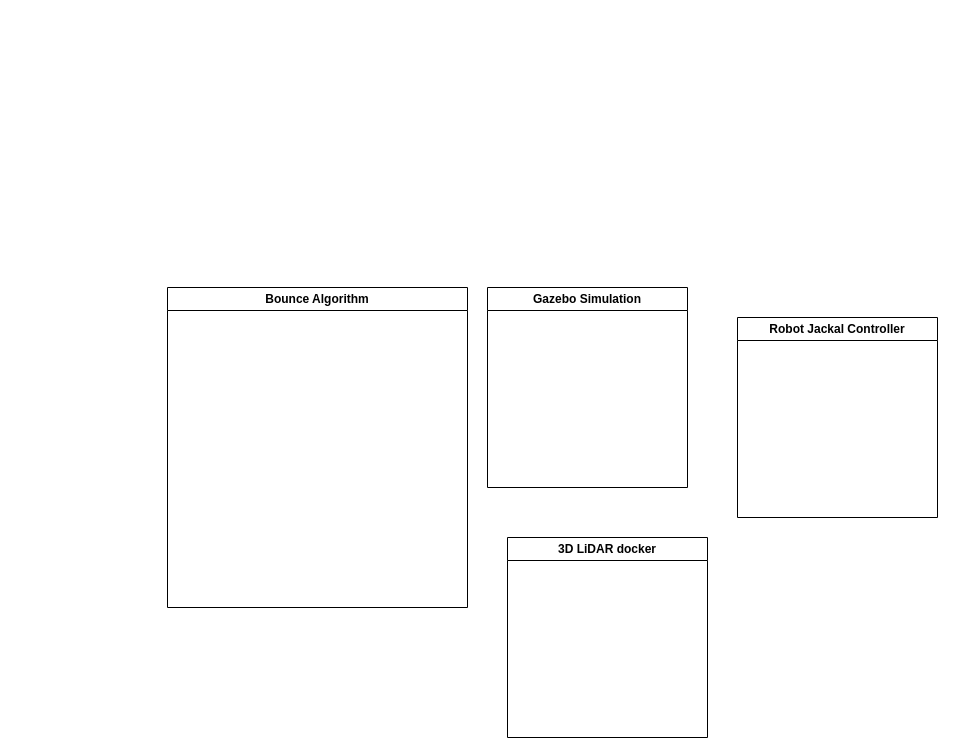
Above: bounce_alg/BounceAlgorithm.drawio in Tomas-412/BounceAlgorithm (draw.io), before the change. Source tidied: cells renumbered, new cells numbered last; positions are measured from the earlier drawing's top-left corner, leaving out a move shared by most shapes. Both pictures are drawn from the tidied source at 100%, with x=0, y=0 at pixel (167, 287).
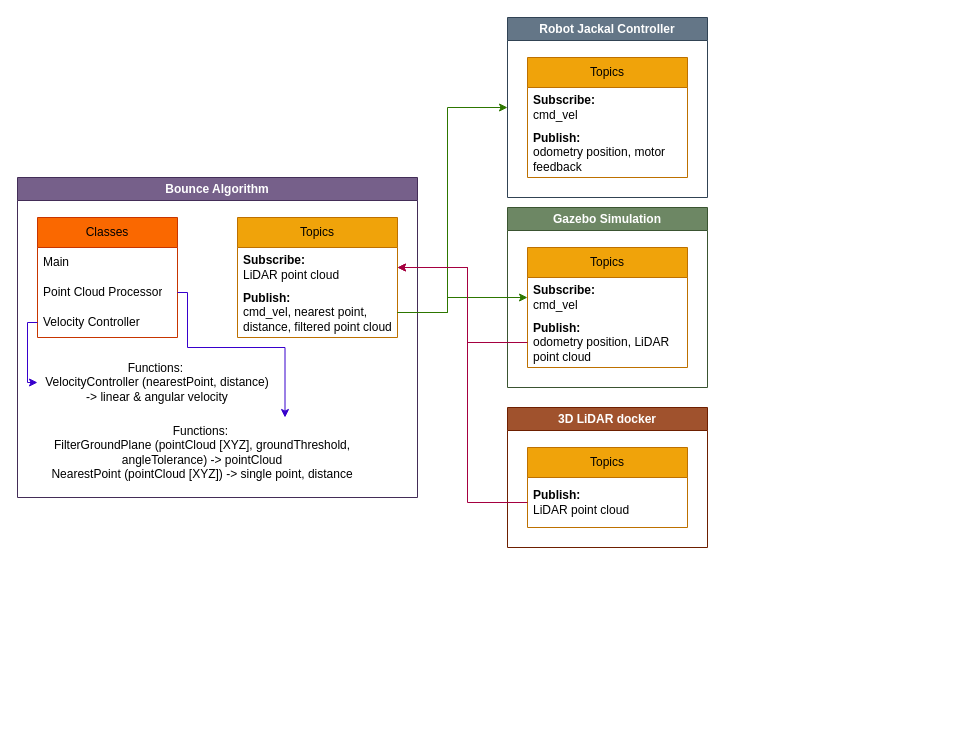
The same page after the edit.

Change to the diagram source:
```diff
@@
-    <mxCell id="2" value="Bounce Algorithm" style="swimlane;whiteSpace=wrap;html=1;" parent="1" vertex="1">
-      <mxGeometry width="300" height="320" as="geometry" />
+    <mxCell id="2" value="Bounce Algorithm" style="swimlane;whiteSpace=wrap;html=1;fillColor=#76608a;fontColor=#ffffff;strokeColor=#432D57;" parent="1" vertex="1">
+      <mxGeometry x="-150" y="-110" width="400" height="320" as="geometry" />
     </mxCell>
+    <mxCell id="6" value="Classes" style="swimlane;fontStyle=0;horizontal=1;startSize=30;whiteSpace=wrap;html=1;fillColor=#fa6800;fontColor=#000000;strokeColor=#C73500;" parent="2" vertex="1">
+      <mxGeometry x="20" y="40" width="140" height="120" as="geometry" />
+    </mxCell>
+    <mxCell id="7" value="Main" style="text;strokeColor=none;fillColor=none;align=left;verticalAlign=middle;spacingLeft=4;spacingRight=4;overflow=hidden;whiteSpace=wrap;html=1;" parent="6" vertex="1">
+      <mxGeometry y="30" width="140" height="30" as="geometry" />
+    </mxCell>
+    <mxCell id="8" value="Point Cloud Processor" style="text;strokeColor=none;fillColor=none;align=left;verticalAlign=middle;spacingLeft=4;spacingRight=4;overflow=hidden;points=[[0,0.5],[1,0.5]];portConstraint=eastwest;whiteSpace=wrap;html=1;" parent="6" vertex="1">
+      <mxGeometry y="60" width="140" height="30" as="geometry" />
+    </mxCell>
+    <mxCell id="9" value="Velocity Controller" style="text;strokeColor=none;fillColor=none;align=left;verticalAlign=middle;spacingLeft=4;spacingRight=4;overflow=hidden;points=[[0,0.5],[1,0.5]];portConstraint=eastwest;whiteSpace=wrap;html=1;" parent="6" vertex="1">
+      <mxGeometry y="90" width="140" height="30" as="geometry" />
+    </mxCell>
+    <mxCell id="10" value="Functions:&amp;nbsp;&lt;br&gt;VelocityController (nearestPoint, distance)&lt;br&gt;-&amp;gt; linear &amp;amp; angular velocity" style="text;html=1;strokeColor=none;fillColor=none;align=center;verticalAlign=middle;whiteSpace=wrap;rounded=0;" parent="2" vertex="1">
+      <mxGeometry x="20" y="170" width="240" height="70" as="geometry" />
+    </mxCell>
+    <mxCell id="11" style="edgeStyle=orthogonalEdgeStyle;rounded=0;jettySize=auto;html=1;exitX=0;exitY=0.5;exitDx=0;exitDy=0;entryX=0;entryY=0.5;entryDx=0;entryDy=0;fillColor=#6a00ff;strokeColor=#3700CC;" parent="2" edge="1" source="9" target="10">
+      <mxGeometry relative="1" as="geometry">
+        <Array as="points">
+          <mxPoint x="10" y="145" />
+          <mxPoint x="10" y="205" />
+        </Array>
+      </mxGeometry>
+    </mxCell>
+    <mxCell id="12" value="Functions:&amp;nbsp;&lt;br&gt;FilterGroundPlane (pointCloud [XYZ], groundThreshold, angleTolerance) -&amp;gt; pointCloud&lt;br&gt;NearestPoint (pointCloud [XYZ]) -&amp;gt; single point, distance" style="text;html=1;strokeColor=none;fillColor=none;align=center;verticalAlign=middle;whiteSpace=wrap;rounded=0;" parent="2" vertex="1">
+      <mxGeometry x="20" y="240" width="330" height="70" as="geometry" />
+    </mxCell>
+    <mxCell id="13" style="edgeStyle=orthogonalEdgeStyle;rounded=0;jettySize=auto;html=1;exitX=1;exitY=0.5;exitDx=0;exitDy=0;entryX=0.75;entryY=0;entryDx=0;entryDy=0;fillColor=#6a00ff;strokeColor=#3700CC;" parent="2" edge="1" source="8" target="12">
+      <mxGeometry relative="1" as="geometry">
+        <Array as="points">
+          <mxPoint x="170" y="115" />
+          <mxPoint x="170" y="170" />
+          <mxPoint x="268" y="170" />
+        </Array>
+      </mxGeometry>
+    </mxCell>
+    <mxCell id="14" value="Topics" style="swimlane;fontStyle=0;horizontal=1;startSize=30;whiteSpace=wrap;html=1;fillColor=#f0a30a;fontColor=#000000;strokeColor=#BD7000;" parent="2" vertex="1">
+      <mxGeometry x="220" y="40" width="160" height="120" as="geometry" />
+    </mxCell>
+    <mxCell id="15" value="&lt;b&gt;Subscribe:&lt;/b&gt;&lt;br&gt;LiDAR point cloud" style="text;strokeColor=none;fillColor=none;align=left;verticalAlign=middle;spacingLeft=4;spacingRight=4;overflow=hidden;points=[[0,0.5],[1,0.5]];portConstraint=eastwest;whiteSpace=wrap;html=1;" parent="14" vertex="1">
+      <mxGeometry y="30" width="160" height="40" as="geometry" />
+    </mxCell>
+    <mxCell id="16" value="&lt;b&gt;Publish:&lt;/b&gt;&lt;br&gt;cmd_vel, nearest point, distance, filtered point cloud" style="text;strokeColor=none;fillColor=none;align=left;verticalAlign=middle;spacingLeft=4;spacingRight=4;overflow=hidden;points=[[0,0.5],[1,0.5]];portConstraint=eastwest;whiteSpace=wrap;html=1;" parent="14" vertex="1">
+      <mxGeometry y="70" width="160" height="50" as="geometry" />
+    </mxCell>
-    <mxCell id="3" value="Gazebo Simulation" style="swimlane;whiteSpace=wrap;html=1;" parent="1" vertex="1">
-      <mxGeometry x="320" width="200" height="200" as="geometry" />
+    <mxCell id="3" value="Gazebo Simulation" style="swimlane;whiteSpace=wrap;html=1;fillColor=#6d8764;fontColor=#ffffff;strokeColor=#3A5431;" parent="1" vertex="1">
+      <mxGeometry x="340" y="-80" width="200" height="180" as="geometry" />
     </mxCell>
+    <mxCell id="17" value="Topics" style="swimlane;fontStyle=0;horizontal=1;startSize=30;whiteSpace=wrap;html=1;fillColor=#f0a30a;fontColor=#000000;strokeColor=#BD7000;" parent="3" vertex="1">
+      <mxGeometry x="20" y="40" width="160" height="120" as="geometry" />
+    </mxCell>
+    <mxCell id="18" value="&lt;b&gt;Subscribe:&lt;/b&gt;&lt;br&gt;cmd_vel" style="text;strokeColor=none;fillColor=none;align=left;verticalAlign=middle;spacingLeft=4;spacingRight=4;overflow=hidden;points=[[0,0.5],[1,0.5]];portConstraint=eastwest;whiteSpace=wrap;html=1;" parent="17" vertex="1">
+      <mxGeometry y="30" width="160" height="40" as="geometry" />
+    </mxCell>
+    <mxCell id="19" value="&lt;b&gt;Publish:&lt;/b&gt;&lt;br&gt;odometry position, LiDAR point cloud" style="text;strokeColor=none;fillColor=none;align=left;verticalAlign=middle;spacingLeft=4;spacingRight=4;overflow=hidden;points=[[0,0.5],[1,0.5]];portConstraint=eastwest;whiteSpace=wrap;html=1;" parent="17" vertex="1">
+      <mxGeometry y="70" width="160" height="50" as="geometry" />
+    </mxCell>
-    <mxCell id="4" value="Robot Jackal Controller" style="swimlane;whiteSpace=wrap;html=1;" parent="1" vertex="1">
-      <mxGeometry x="570" y="30" width="200" height="200" as="geometry" />
+    <mxCell id="4" value="Robot Jackal Controller" style="swimlane;whiteSpace=wrap;html=1;fillColor=#647687;fontColor=#ffffff;strokeColor=#314354;" parent="1" vertex="1">
+      <mxGeometry x="340" y="-270" width="200" height="180" as="geometry" />
     </mxCell>
+    <mxCell id="20" value="Topics" style="swimlane;fontStyle=0;horizontal=1;startSize=30;whiteSpace=wrap;html=1;fillColor=#f0a30a;fontColor=#000000;strokeColor=#BD7000;" parent="4" vertex="1">
+      <mxGeometry x="20" y="40" width="160" height="120" as="geometry" />
+    </mxCell>
+    <mxCell id="21" value="&lt;b&gt;Subscribe:&lt;/b&gt;&lt;br&gt;cmd_vel" style="text;strokeColor=none;fillColor=none;align=left;verticalAlign=middle;spacingLeft=4;spacingRight=4;overflow=hidden;whiteSpace=wrap;html=1;" parent="20" vertex="1">
+      <mxGeometry y="30" width="160" height="40" as="geometry" />
+    </mxCell>
+    <mxCell id="22" value="&lt;b&gt;Publish:&lt;/b&gt;&lt;br&gt;odometry position, motor feedback" style="text;strokeColor=none;fillColor=none;align=left;verticalAlign=middle;spacingLeft=4;spacingRight=4;overflow=hidden;whiteSpace=wrap;html=1;" parent="20" vertex="1">
+      <mxGeometry y="70" width="160" height="50" as="geometry" />
+    </mxCell>
-    <mxCell id="5" value="3D LiDAR docker" style="swimlane;whiteSpace=wrap;html=1;" parent="1" vertex="1">
-      <mxGeometry x="340" y="250" width="200" height="200" as="geometry" />
+    <mxCell id="5" value="3D LiDAR docker" style="swimlane;whiteSpace=wrap;html=1;fillColor=#a0522d;fontColor=#ffffff;strokeColor=#6D1F00;" parent="1" vertex="1">
+      <mxGeometry x="340" y="120" width="200" height="140" as="geometry" />
     </mxCell>
+    <mxCell id="23" value="Topics" style="swimlane;fontStyle=0;horizontal=1;startSize=30;whiteSpace=wrap;html=1;fillColor=#f0a30a;fontColor=#000000;strokeColor=#BD7000;" parent="5" vertex="1">
+      <mxGeometry x="20" y="40" width="160" height="80" as="geometry" />
+    </mxCell>
+    <mxCell id="24" value="&lt;b&gt;Publish:&lt;/b&gt;&lt;br&gt;LiDAR point cloud&amp;nbsp;" style="text;strokeColor=none;fillColor=none;align=left;verticalAlign=middle;spacingLeft=4;spacingRight=4;overflow=hidden;points=[[0,0.5],[1,0.5]];portConstraint=eastwest;whiteSpace=wrap;html=1;" parent="23" vertex="1">
+      <mxGeometry y="30" width="160" height="50" as="geometry" />
+    </mxCell>
+    <mxCell id="25" style="edgeStyle=orthogonalEdgeStyle;rounded=0;jettySize=auto;html=1;exitX=0;exitY=0.5;exitDx=0;exitDy=0;entryX=1;entryY=0.5;entryDx=0;entryDy=0;fillColor=#d80073;strokeColor=#A50040;" parent="1" edge="1" source="19" target="15">
+      <mxGeometry relative="1" as="geometry">
+        <Array as="points">
+          <mxPoint x="300" y="55" />
+          <mxPoint x="300" y="-20" />
+        </Array>
+      </mxGeometry>
+    </mxCell>
+    <mxCell id="26" style="edgeStyle=orthogonalEdgeStyle;rounded=0;jettySize=auto;html=1;exitX=1;exitY=0.5;exitDx=0;exitDy=0;entryX=0;entryY=0.5;entryDx=0;entryDy=0;fillColor=#60a917;strokeColor=#2D7600;" parent="1" edge="1" source="16" target="18">
+      <mxGeometry relative="1" as="geometry">
+        <Array as="points">
+          <mxPoint x="280" y="25" />
+          <mxPoint x="280" y="10" />
+        </Array>
+      </mxGeometry>
+    </mxCell>
+    <mxCell id="27" style="edgeStyle=orthogonalEdgeStyle;rounded=0;jettySize=auto;html=1;exitX=1;exitY=0.5;exitDx=0;exitDy=0;entryX=0;entryY=0.5;entryDx=0;entryDy=0;fillColor=#60a917;strokeColor=#2D7600;" parent="1" edge="1" source="16" target="4">
+      <mxGeometry relative="1" as="geometry">
+        <Array as="points">
+          <mxPoint x="280" y="25" />
+          <mxPoint x="280" y="-180" />
+        </Array>
+      </mxGeometry>
+    </mxCell>
+    <mxCell id="28" style="edgeStyle=orthogonalEdgeStyle;rounded=0;jettySize=auto;html=1;exitX=0;exitY=0.5;exitDx=0;exitDy=0;entryX=1;entryY=0.5;entryDx=0;entryDy=0;fillColor=#d80073;strokeColor=#A50040;" parent="1" edge="1" source="24" target="15">
+      <mxGeometry relative="1" as="geometry">
+        <Array as="points">
+          <mxPoint x="300" y="215" />
+          <mxPoint x="300" y="-20" />
+        </Array>
+      </mxGeometry>
+    </mxCell>
```
